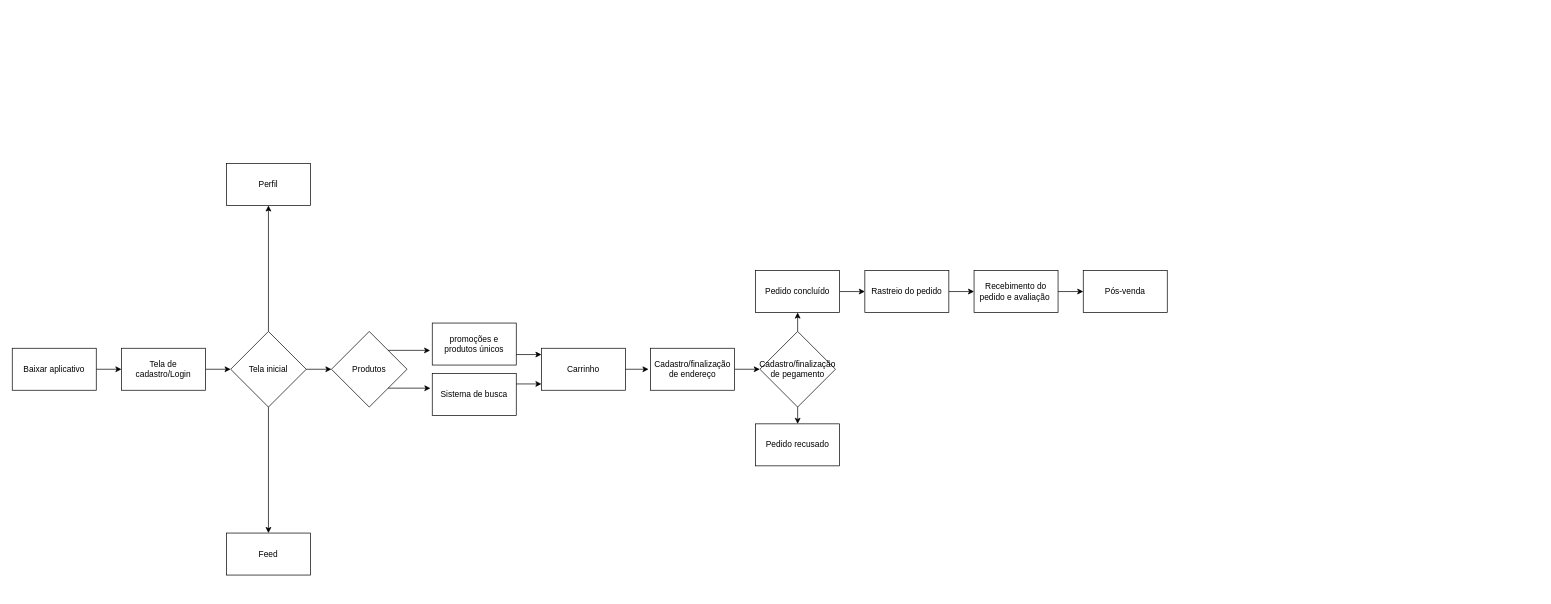
Earlier version of the draw.io diagram diagrama_30-03.drawio (bryandlucapessoa/Prototipagem_de_sistemas_computacionais). Source tidied: cells renumbered, new cells numbered last; positions are measured from the earlier drawing's top-left corner, leaving out a move shared by most shapes. Both pictures are drawn from the tidied source at 70%, with x=0, y=0 at pixel (12, 163).
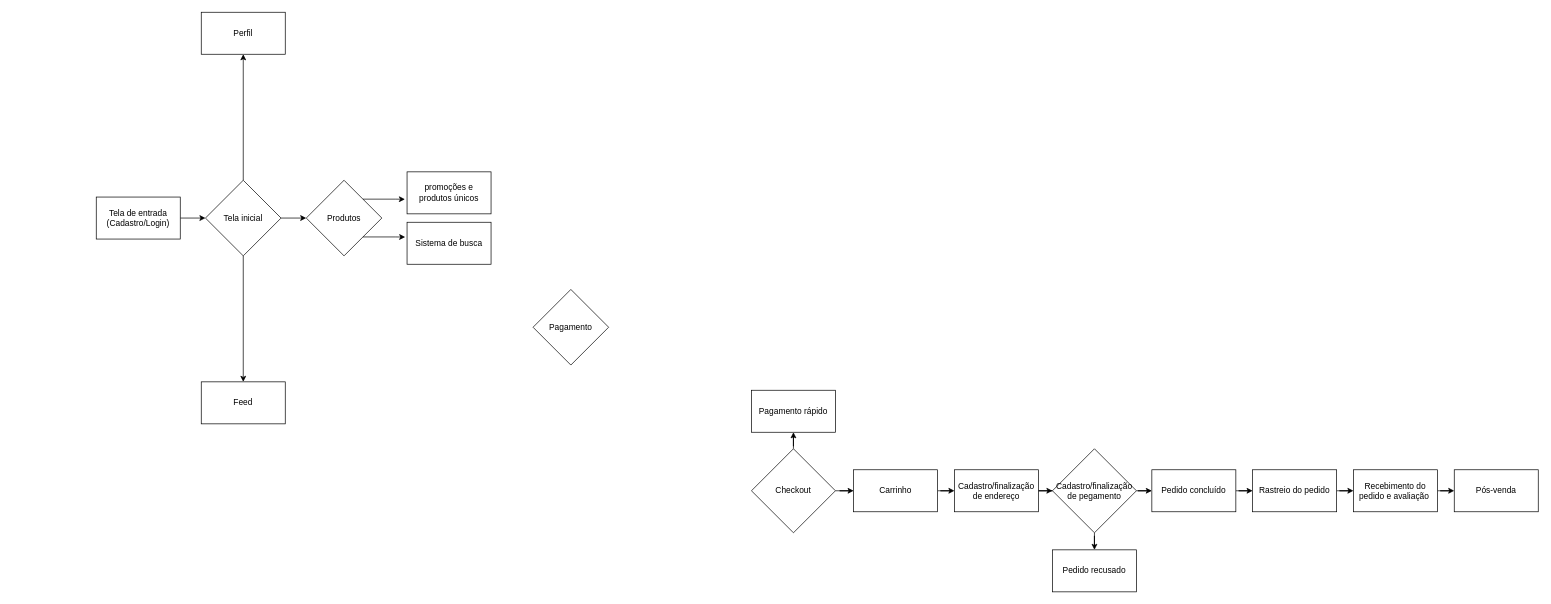
Above is the later version.

Change to the diagram source:
```diff
@@
-    <mxCell id="3" value="Tela de cadastro/Login" style="rounded=0;whiteSpace=wrap;html=1;" parent="1" vertex="1">
-      <mxGeometry x="156" y="264" width="120" height="60" as="geometry" />
+    <mxCell id="3" value="Tela de entrada&lt;div&gt;(Cadastro/Login)&lt;/div&gt;" style="rounded=0;whiteSpace=wrap;html=1;" parent="1" vertex="1">
+      <mxGeometry x="120" y="48" width="120" height="60" as="geometry" />
     </mxCell>
@@
     <mxCell id="7" value="Tela inicial" style="rhombus;whiteSpace=wrap;html=1;" parent="1" vertex="1">
-      <mxGeometry x="312" y="240" width="108" height="108" as="geometry" />
+      <mxGeometry x="276" y="24" width="108" height="108" as="geometry" />
     </mxCell>
     <mxCell id="8" value="Produtos" style="rhombus;whiteSpace=wrap;html=1;" parent="1" vertex="1">
-      <mxGeometry x="456" y="240" width="108" height="108" as="geometry" />
+      <mxGeometry x="420" y="24" width="108" height="108" as="geometry" />
     </mxCell>
     <mxCell id="9" value="promoções e produtos únicos" style="rounded=0;whiteSpace=wrap;html=1;" parent="1" vertex="1">
-      <mxGeometry x="600" y="228" width="120" height="60" as="geometry" />
+      <mxGeometry x="564" y="12" width="120" height="60" as="geometry" />
     </mxCell>
     <mxCell id="10" value="Perfil" style="rounded=0;whiteSpace=wrap;html=1;" parent="1" vertex="1">
-      <mxGeometry x="306" width="120" height="60" as="geometry" />
+      <mxGeometry x="270" y="-216" width="120" height="60" as="geometry" />
     </mxCell>
     <mxCell id="11" value="Feed" style="rounded=0;whiteSpace=wrap;html=1;" parent="1" vertex="1">
-      <mxGeometry x="306" y="528" width="120" height="60" as="geometry" />
+      <mxGeometry x="270" y="312" width="120" height="60" as="geometry" />
     </mxCell>
     <mxCell id="12" value="Sistema de busca" style="rounded=0;whiteSpace=wrap;html=1;" parent="1" vertex="1">
-      <mxGeometry x="600" y="300" width="120" height="60" as="geometry" />
+      <mxGeometry x="564" y="84" width="120" height="60" as="geometry" />
     </mxCell>
@@
-    <mxCell id="15" value="Carrinho" style="rounded=0;whiteSpace=wrap;html=1;" parent="1" vertex="1">
-      <mxGeometry x="756" y="264" width="120" height="60" as="geometry" />
-    </mxCell>
-    <mxCell id="16" style="edgeStyle=orthogonalEdgeStyle;rounded=0;jettySize=auto;html=1;exitX=1;exitY=0.25;exitDx=0;exitDy=0;entryX=0;entryY=0.855;entryDx=0;entryDy=0;entryPerimeter=0;" parent="1" edge="1" source="12" target="15">
-      <mxGeometry relative="1" as="geometry" />
-    </mxCell>
-    <mxCell id="17" style="edgeStyle=orthogonalEdgeStyle;rounded=0;jettySize=auto;html=1;exitX=1;exitY=0.75;exitDx=0;exitDy=0;entryX=0;entryY=0.15;entryDx=0;entryDy=0;entryPerimeter=0;" parent="1" edge="1" source="9" target="15">
-      <mxGeometry relative="1" as="geometry" />
-    </mxCell>
-    <mxCell id="18" style="edgeStyle=orthogonalEdgeStyle;rounded=0;jettySize=auto;html=1;exitX=1;exitY=0.5;exitDx=0;exitDy=0;entryX=0;entryY=0.5;entryDx=0;entryDy=0;" parent="1" edge="1" source="19">
-      <mxGeometry relative="1" as="geometry">
-        <mxPoint x="1068" y="294" as="targetPoint" />
-      </mxGeometry>
-    </mxCell>
-    <mxCell id="19" value="Cadastro/finalização de endereço" style="rounded=0;whiteSpace=wrap;html=1;" parent="1" vertex="1">
-      <mxGeometry x="912" y="264" width="120" height="60" as="geometry" />
-    </mxCell>
-    <mxCell id="20" style="edgeStyle=orthogonalEdgeStyle;rounded=0;jettySize=auto;html=1;exitX=1;exitY=0.5;exitDx=0;exitDy=0;entryX=-0.025;entryY=0.507;entryDx=0;entryDy=0;entryPerimeter=0;" parent="1" edge="1" source="15" target="19">
-      <mxGeometry relative="1" as="geometry" />
-    </mxCell>
-    <mxCell id="21" style="edgeStyle=orthogonalEdgeStyle;rounded=0;jettySize=auto;html=1;exitX=1;exitY=0.5;exitDx=0;exitDy=0;entryX=0;entryY=0.5;entryDx=0;entryDy=0;" parent="1" edge="1" source="22" target="25">
+    <mxCell id="21" style="edgeStyle=orthogonalEdgeStyle;rounded=0;jettySize=auto;html=1;" parent="1" edge="1" source="22" target="25">
       <mxGeometry relative="1" as="geometry" />
     </mxCell>
     <mxCell id="22" value="Pedido concluído" style="rounded=0;whiteSpace=wrap;html=1;" parent="1" vertex="1">
-      <mxGeometry x="1062" y="153" width="120" height="60" as="geometry" />
+      <mxGeometry x="1628" y="437.6" width="120" height="60" as="geometry" />
     </mxCell>
     <mxCell id="23" value="Pedido recusado" style="rounded=0;whiteSpace=wrap;html=1;" parent="1" vertex="1">
-      <mxGeometry x="1062" y="372" width="120" height="60" as="geometry" />
+      <mxGeometry x="1486" y="552" width="120" height="60" as="geometry" />
     </mxCell>
-    <mxCell id="24" style="edgeStyle=orthogonalEdgeStyle;rounded=0;jettySize=auto;html=1;exitX=1;exitY=0.5;exitDx=0;exitDy=0;entryX=0;entryY=0.5;entryDx=0;entryDy=0;" parent="1" edge="1" source="25" target="27">
+    <mxCell id="24" style="edgeStyle=orthogonalEdgeStyle;rounded=0;jettySize=auto;html=1;" parent="1" edge="1" source="25" target="27">
       <mxGeometry relative="1" as="geometry" />
     </mxCell>
     <mxCell id="25" value="Rastreio do pedido" style="rounded=0;whiteSpace=wrap;html=1;" parent="1" vertex="1">
-      <mxGeometry x="1218" y="153" width="120" height="60" as="geometry" />
+      <mxGeometry x="1772" y="437.6" width="120" height="60" as="geometry" />
     </mxCell>
-    <mxCell id="26" style="edgeStyle=orthogonalEdgeStyle;rounded=0;jettySize=auto;html=1;exitX=1;exitY=0.5;exitDx=0;exitDy=0;entryX=0;entryY=0.5;entryDx=0;entryDy=0;" parent="1" edge="1" source="27" target="28">
+    <mxCell id="26" style="edgeStyle=orthogonalEdgeStyle;rounded=0;jettySize=auto;html=1;" parent="1" edge="1" source="27" target="28">
       <mxGeometry relative="1" as="geometry" />
     </mxCell>
     <mxCell id="27" value="Recebimento do pedido e avaliação&amp;nbsp;" style="rounded=0;whiteSpace=wrap;html=1;" parent="1" vertex="1">
-      <mxGeometry x="1374" y="153" width="120" height="60" as="geometry" />
+      <mxGeometry x="1916" y="437.6" width="120" height="60" as="geometry" />
     </mxCell>
     <mxCell id="28" value="Pós-venda" style="rounded=0;whiteSpace=wrap;html=1;" parent="1" vertex="1">
-      <mxGeometry x="1530" y="153" width="120" height="60" as="geometry" />
+      <mxGeometry x="2060" y="437.6" width="120" height="60" as="geometry" />
     </mxCell>
-    <mxCell id="29" style="edgeStyle=orthogonalEdgeStyle;rounded=0;jettySize=auto;html=1;exitX=1;exitY=0.5;exitDx=0;exitDy=0;entryX=0;entryY=0.5;entryDx=0;entryDy=0;" parent="1" edge="1" source="30" target="3">
-      <mxGeometry relative="1" as="geometry" />
-    </mxCell>
-    <mxCell id="30" value="Baixar aplicativo" style="rounded=0;whiteSpace=wrap;html=1;" parent="1" vertex="1">
-      <mxGeometry y="264" width="120" height="60" as="geometry" />
-    </mxCell>
-    <mxCell id="31" style="edgeStyle=orthogonalEdgeStyle;rounded=0;jettySize=auto;html=1;exitX=0.5;exitY=0;exitDx=0;exitDy=0;entryX=0.5;entryY=1;entryDx=0;entryDy=0;" parent="1" edge="1" source="33" target="22">
+    <mxCell id="31" style="edgeStyle=orthogonalEdgeStyle;rounded=0;jettySize=auto;html=1;" parent="1" edge="1" source="33" target="22">
       <mxGeometry relative="1" as="geometry" />
     </mxCell>
-    <mxCell id="32" style="edgeStyle=orthogonalEdgeStyle;rounded=0;jettySize=auto;html=1;exitX=0.5;exitY=1;exitDx=0;exitDy=0;entryX=0.5;entryY=0;entryDx=0;entryDy=0;" parent="1" edge="1" source="33" target="23">
+    <mxCell id="32" style="edgeStyle=orthogonalEdgeStyle;rounded=0;jettySize=auto;html=1;" parent="1" edge="1" source="33" target="23">
       <mxGeometry relative="1" as="geometry" />
     </mxCell>
     <mxCell id="33" value="Cadastro/finalização de pegamento" style="rhombus;whiteSpace=wrap;html=1;" parent="1" vertex="1">
-      <mxGeometry x="1068" y="240" width="108" height="108" as="geometry" />
+      <mxGeometry x="1486" y="407.6" width="120" height="120" as="geometry" />
     </mxCell>
+    <mxCell id="34" value="Pagamento" style="rhombus;whiteSpace=wrap;html=1;" parent="1" vertex="1">
+      <mxGeometry x="744" y="180" width="108" height="108" as="geometry" />
+    </mxCell>
+    <mxCell id="20" style="edgeStyle=orthogonalEdgeStyle;rounded=0;jettySize=auto;html=1;" parent="1" edge="1" source="15" target="19">
+      <mxGeometry relative="1" as="geometry" />
+    </mxCell>
+    <mxCell id="15" value="Carrinho" style="rounded=0;whiteSpace=wrap;html=1;" parent="1" vertex="1">
+      <mxGeometry x="1202" y="437.6" width="120" height="60" as="geometry" />
+    </mxCell>
+    <mxCell id="35" style="edgeStyle=orthogonalEdgeStyle;rounded=0;jettySize=auto;html=1;" parent="1" edge="1" source="19" target="33">
+      <mxGeometry relative="1" as="geometry" />
+    </mxCell>
+    <mxCell id="19" value="Cadastro/finalização de endereço" style="rounded=0;whiteSpace=wrap;html=1;" parent="1" vertex="1">
+      <mxGeometry x="1346" y="437.6" width="120" height="60" as="geometry" />
+    </mxCell>
+    <mxCell id="36" style="edgeStyle=orthogonalEdgeStyle;rounded=0;jettySize=auto;html=1;" parent="1" edge="1" source="38" target="15">
+      <mxGeometry relative="1" as="geometry" />
+    </mxCell>
+    <mxCell id="37" style="edgeStyle=orthogonalEdgeStyle;rounded=0;jettySize=auto;html=1;" parent="1" edge="1" source="38" target="39">
+      <mxGeometry relative="1" as="geometry" />
+    </mxCell>
+    <mxCell id="38" value="Checkout" style="rhombus;whiteSpace=wrap;html=1;" parent="1" vertex="1">
+      <mxGeometry x="1056" y="407.6" width="120" height="120" as="geometry" />
+    </mxCell>
+    <mxCell id="39" value="Pagamento rápido" style="rounded=0;whiteSpace=wrap;html=1;" parent="1" vertex="1">
+      <mxGeometry x="1056" y="324" width="120" height="60" as="geometry" />
+    </mxCell>
```
